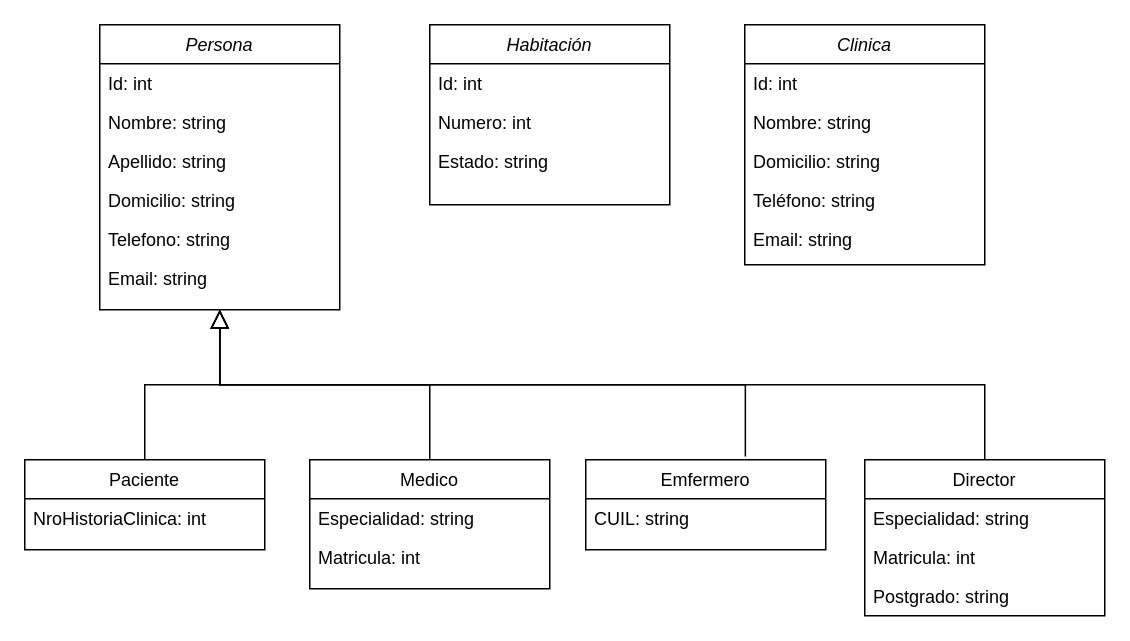
Above: Diagrama sin título.drawio in karenis32/TP-integrador-POO (draw.io), before the change. Source tidied: cells renumbered, new cells numbered last; positions are measured from the earlier drawing's top-left corner, leaving out a move shared by most shapes. Both pictures are drawn from the tidied source at 150%, with x=0, y=0 at pixel (24, 24).
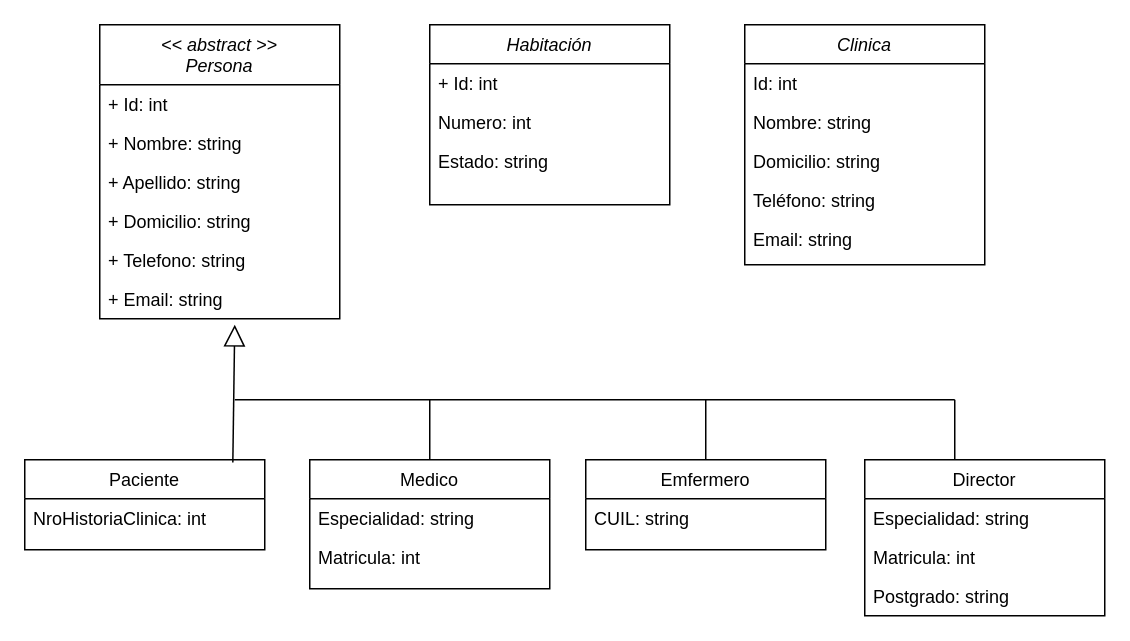
The same diagram, later.

Commit message (it also covers changes not shown here):
Diagrama Entidades

Unchanged cells that the change refers to:
```xml
<mxCell id="9" value="Paciente" style="swimlane;fontStyle=0;align=center;verticalAlign=top;horizontal=1;startSize=26;rounded=0;shadow=0;strokeWidth=1;" parent="1" vertex="1">
  <mxGeometry y="290" width="160" height="60" as="geometry" />
</mxCell>
<mxCell id="12" value="Medico" style="swimlane;fontStyle=0;align=center;verticalAlign=top;horizontal=1;startSize=26;rounded=0;shadow=0;strokeWidth=1;" parent="1" vertex="1">
  <mxGeometry x="190" y="290" width="160" height="86" as="geometry" />
</mxCell>
<mxCell id="16" value="Emfermero" style="swimlane;fontStyle=0;align=center;verticalAlign=top;horizontal=1;startSize=26;rounded=0;shadow=0;strokeWidth=1;" parent="1" vertex="1">
  <mxGeometry x="374" y="290" width="160" height="60" as="geometry" />
</mxCell>
<mxCell id="18" value="Director" style="swimlane;fontStyle=0;align=center;verticalAlign=top;horizontal=1;startSize=26;rounded=0;shadow=0;strokeWidth=1;" parent="1" vertex="1">
  <mxGeometry x="560" y="290" width="160" height="104" as="geometry" />
</mxCell>
<mxCell id="24" value="Habitación" style="swimlane;fontStyle=2;align=center;verticalAlign=top;horizontal=1;startSize=26;rounded=0;shadow=0;strokeWidth=1;" parent="1" vertex="1">
  <mxGeometry x="270" width="160" height="120" as="geometry" />
</mxCell>
```

Change to the diagram source:
```diff
@@
-    <mxCell id="2" value="Persona" style="swimlane;fontStyle=2;align=center;verticalAlign=top;horizontal=1;startSize=26;rounded=0;shadow=0;strokeWidth=1;" parent="1" vertex="1">
-      <mxGeometry x="50" width="160" height="190" as="geometry" />
+    <mxCell id="2" value="&lt;&lt; abstract &gt;&gt;&#10;Persona" style="swimlane;fontStyle=2;align=center;verticalAlign=top;horizontal=1;startSize=40;rounded=0;shadow=0;strokeWidth=1;" parent="1" vertex="1">
+      <mxGeometry x="50" width="160" height="196" as="geometry" />
     </mxCell>
-    <mxCell id="3" value="Id: int" style="text;align=left;verticalAlign=top;spacingLeft=4;spacingRight=4;overflow=hidden;" parent="2" vertex="1">
-      <mxGeometry y="26" width="160" height="26" as="geometry" />
+    <mxCell id="3" value="+ Id: int" style="text;align=left;verticalAlign=top;spacingLeft=4;spacingRight=4;overflow=hidden;" parent="2" vertex="1">
+      <mxGeometry y="40" width="160" height="26" as="geometry" />
     </mxCell>
-    <mxCell id="4" value="Nombre: string" style="text;align=left;verticalAlign=top;spacingLeft=4;spacingRight=4;overflow=hidden;rounded=0;shadow=0;html=0;" parent="2" vertex="1">
-      <mxGeometry y="52" width="160" height="26" as="geometry" />
+    <mxCell id="4" value="+ Nombre: string" style="text;align=left;verticalAlign=top;spacingLeft=4;spacingRight=4;overflow=hidden;rounded=0;shadow=0;html=0;" parent="2" vertex="1">
+      <mxGeometry y="66" width="160" height="26" as="geometry" />
     </mxCell>
-    <mxCell id="5" value="Apellido: string" style="text;align=left;verticalAlign=top;spacingLeft=4;spacingRight=4;overflow=hidden;rounded=0;shadow=0;html=0;" parent="2" vertex="1">
-      <mxGeometry y="78" width="160" height="26" as="geometry" />
+    <mxCell id="5" value="+ Apellido: string" style="text;align=left;verticalAlign=top;spacingLeft=4;spacingRight=4;overflow=hidden;rounded=0;shadow=0;html=0;" parent="2" vertex="1">
+      <mxGeometry y="92" width="160" height="26" as="geometry" />
     </mxCell>
-    <mxCell id="6" value="Domicilio: string" style="text;align=left;verticalAlign=top;spacingLeft=4;spacingRight=4;overflow=hidden;rounded=0;shadow=0;html=0;" parent="2" vertex="1">
-      <mxGeometry y="104" width="160" height="26" as="geometry" />
+    <mxCell id="6" value="+ Domicilio: string" style="text;align=left;verticalAlign=top;spacingLeft=4;spacingRight=4;overflow=hidden;rounded=0;shadow=0;html=0;" parent="2" vertex="1">
+      <mxGeometry y="118" width="160" height="26" as="geometry" />
     </mxCell>
-    <mxCell id="7" value="Telefono: string" style="text;align=left;verticalAlign=top;spacingLeft=4;spacingRight=4;overflow=hidden;rounded=0;shadow=0;html=0;" parent="2" vertex="1">
-      <mxGeometry y="130" width="160" height="26" as="geometry" />
+    <mxCell id="7" value="+ Telefono: string" style="text;align=left;verticalAlign=top;spacingLeft=4;spacingRight=4;overflow=hidden;rounded=0;shadow=0;html=0;" parent="2" vertex="1">
+      <mxGeometry y="144" width="160" height="26" as="geometry" />
     </mxCell>
-    <mxCell id="8" value="Email: string" style="text;align=left;verticalAlign=top;spacingLeft=4;spacingRight=4;overflow=hidden;rounded=0;shadow=0;html=0;" parent="2" vertex="1">
-      <mxGeometry y="156" width="160" height="26" as="geometry" />
+    <mxCell id="8" value="+ Email: string" style="text;align=left;verticalAlign=top;spacingLeft=4;spacingRight=4;overflow=hidden;rounded=0;shadow=0;html=0;" parent="2" vertex="1">
+      <mxGeometry y="170" width="160" height="26" as="geometry" />
     </mxCell>
@@
-    <mxCell id="11" style="endArrow=block;endSize=10;endFill=0;shadow=0;strokeWidth=1;rounded=0;edgeStyle=elbowEdgeStyle;elbow=vertical;" parent="1" edge="1" source="9" target="2">
-      <mxGeometry relative="1" as="geometry" />
-    </mxCell>
@@
-    <mxCell id="15" style="endArrow=block;endSize=10;endFill=0;shadow=0;strokeWidth=1;rounded=0;edgeStyle=elbowEdgeStyle;elbow=vertical;" parent="1" edge="1" source="12" target="2">
-      <mxGeometry relative="1" as="geometry" />
-    </mxCell>
@@
-    <mxCell id="22" style="endArrow=block;endSize=10;endFill=0;shadow=0;strokeWidth=1;rounded=0;edgeStyle=elbowEdgeStyle;elbow=vertical;exitX=0.665;exitY=-0.037;exitDx=0;exitDy=0;exitPerimeter=0;" parent="1" edge="1" source="16">
-      <mxGeometry relative="1" as="geometry">
-        <mxPoint x="130" y="190" as="targetPoint" />
-        <Array as="points">
-          <mxPoint x="360" y="240" />
-          <mxPoint x="570" y="250" />
-        </Array>
-      </mxGeometry>
-    </mxCell>
-    <mxCell id="23" style="endArrow=block;endSize=10;endFill=0;shadow=0;strokeWidth=1;rounded=0;edgeStyle=elbowEdgeStyle;elbow=vertical;exitX=0.5;exitY=0;exitDx=0;exitDy=0;" parent="1" edge="1" source="18">
-      <mxGeometry relative="1" as="geometry">
-        <mxPoint x="130" y="190" as="targetPoint" />
-        <Array as="points">
-          <mxPoint x="390" y="240" />
-        </Array>
-      </mxGeometry>
-    </mxCell>
@@
-    <mxCell id="25" value="Id: int" style="text;align=left;verticalAlign=top;spacingLeft=4;spacingRight=4;overflow=hidden;" parent="24" vertex="1">
+    <mxCell id="25" value="+ Id: int" style="text;align=left;verticalAlign=top;spacingLeft=4;spacingRight=4;overflow=hidden;" parent="24" vertex="1">
       <mxGeometry y="26" width="160" height="26" as="geometry" />
     </mxCell>
@@
+    <mxCell id="34" style="edgeStyle=none;html=1;endSize=12;endArrow=block;endFill=0;rounded=0;exitX=0.867;exitY=0.03;exitDx=0;exitDy=0;exitPerimeter=0;" parent="1" edge="1" source="9">
+      <mxGeometry relative="1" as="geometry">
+        <mxPoint x="140" y="200" as="targetPoint" />
+      </mxGeometry>
+    </mxCell>
+    <mxCell id="35" style="endArrow=none;html=1;rounded=0;" parent="1" edge="1">
+      <mxGeometry relative="1" as="geometry">
+        <mxPoint x="140" y="250" as="sourcePoint" />
+        <mxPoint x="620" y="250" as="targetPoint" />
+      </mxGeometry>
+    </mxCell>
+    <mxCell id="36" style="endArrow=none;html=1;rounded=0;entryX=0.5;entryY=0;entryDx=0;entryDy=0;" parent="1" edge="1" target="12">
+      <mxGeometry relative="1" as="geometry">
+        <mxPoint x="270" y="250" as="sourcePoint" />
+      </mxGeometry>
+    </mxCell>
+    <mxCell id="37" style="endArrow=none;html=1;rounded=0;exitX=0.5;exitY=0;exitDx=0;exitDy=0;" parent="1" edge="1" source="16">
+      <mxGeometry relative="1" as="geometry">
+        <mxPoint x="454" y="250" as="targetPoint" />
+      </mxGeometry>
+    </mxCell>
+    <mxCell id="38" style="endArrow=none;html=1;rounded=0;" parent="1" edge="1">
+      <mxGeometry relative="1" as="geometry">
+        <mxPoint x="620" y="290" as="sourcePoint" />
+        <mxPoint x="620" y="250" as="targetPoint" />
+      </mxGeometry>
+    </mxCell>
```
